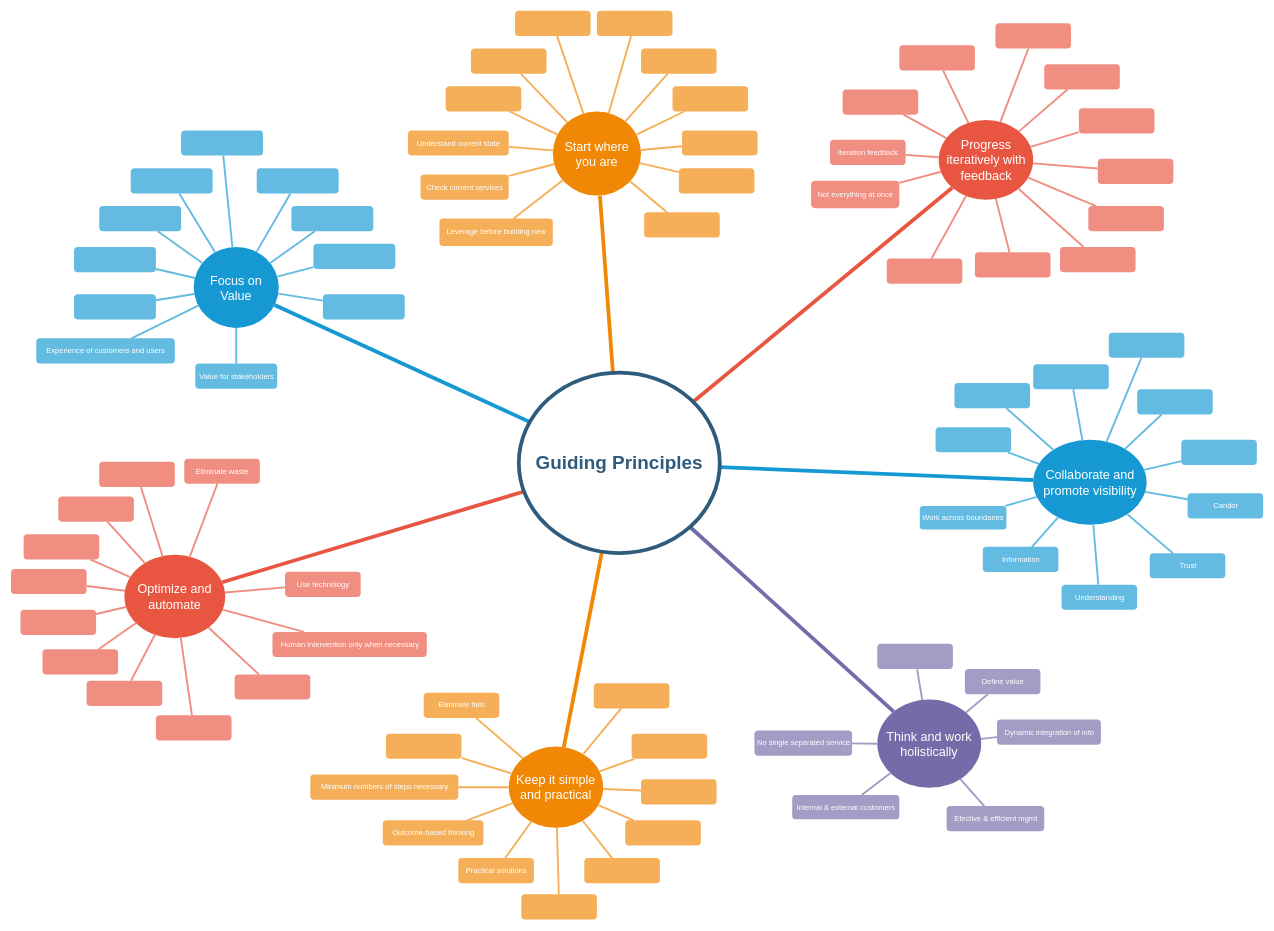
Above: Guiding_Principles.drawio in dpiechot/ITIL_V4 (draw.io), before the change. Source tidied: cells renumbered, new cells numbered last; positions are measured from the earlier drawing's top-left corner, leaving out a move shared by most shapes. Both pictures are drawn from the tidied source at 63%, with x=0, y=0 at pixel (11, 10).
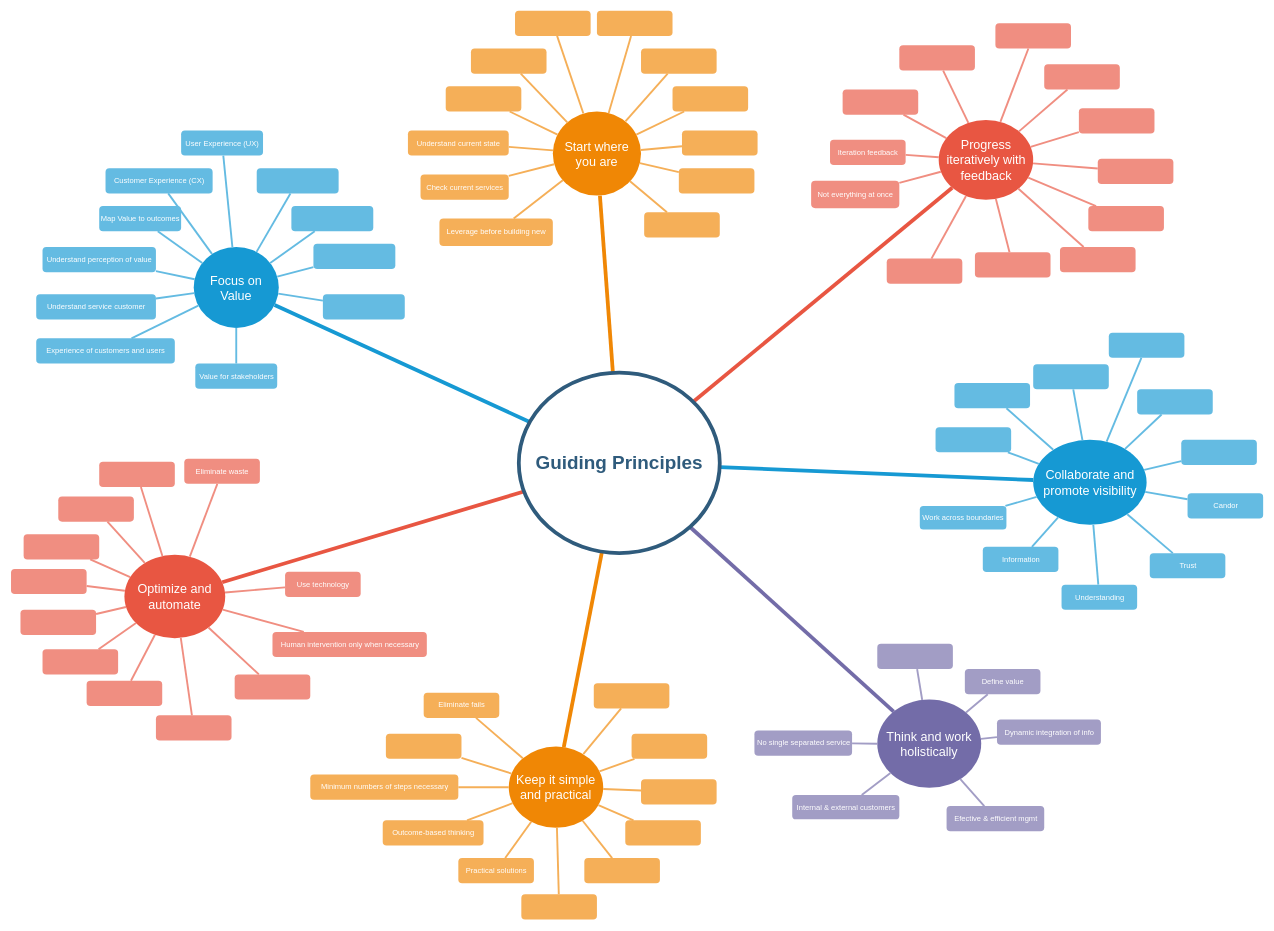
After the change.

Diff of the diagram source:
```diff
@@
-    <mxCell id="19" style="rounded=1;fillColor=#64BBE2;strokeColor=none;strokeWidth=3;shadow=0;html=1;fontColor=#FFFFFF;" parent="1" vertex="1">
-      <mxGeometry x="100" y="450.5" width="130" height="40" as="geometry" />
+    <mxCell id="19" value="Understand service customer" style="rounded=1;fillColor=#64BBE2;strokeColor=none;strokeWidth=3;shadow=0;html=1;fontColor=#FFFFFF;" parent="1" vertex="1">
+      <mxGeometry x="40" y="450.5" width="190" height="40" as="geometry" />
     </mxCell>
-    <mxCell id="20" style="rounded=1;fillColor=#64BBE2;strokeColor=none;strokeWidth=3;shadow=0;html=1;fontColor=#FFFFFF;" parent="1" vertex="1">
-      <mxGeometry x="100" y="375.5" width="130" height="40" as="geometry" />
+    <mxCell id="20" value="Understand perception of value" style="rounded=1;fillColor=#64BBE2;strokeColor=none;strokeWidth=3;shadow=0;html=1;fontColor=#FFFFFF;" parent="1" vertex="1">
+      <mxGeometry x="50" y="375.5" width="180" height="40" as="geometry" />
     </mxCell>
-    <mxCell id="21" style="rounded=1;fillColor=#64BBE2;strokeColor=none;strokeWidth=3;shadow=0;html=1;fontColor=#FFFFFF;" parent="1" vertex="1">
+    <mxCell id="21" value="Map Value to outcomes" style="rounded=1;fillColor=#64BBE2;strokeColor=none;strokeWidth=3;shadow=0;html=1;fontColor=#FFFFFF;" parent="1" vertex="1">
       <mxGeometry x="140" y="310.5" width="130" height="40" as="geometry" />
     </mxCell>
-    <mxCell id="22" style="rounded=1;fillColor=#64BBE2;strokeColor=none;strokeWidth=3;shadow=0;html=1;fontColor=#FFFFFF;" parent="1" vertex="1">
-      <mxGeometry x="190" y="250.5" width="130" height="40" as="geometry" />
+    <mxCell id="22" value="Customer Experience (CX)" style="rounded=1;fillColor=#64BBE2;strokeColor=none;strokeWidth=3;shadow=0;html=1;fontColor=#FFFFFF;" parent="1" vertex="1">
+      <mxGeometry x="150" y="250.5" width="170" height="40" as="geometry" />
     </mxCell>
-    <mxCell id="23" style="rounded=1;fillColor=#64BBE2;strokeColor=none;strokeWidth=3;shadow=0;html=1;fontColor=#FFFFFF;" parent="1" vertex="1">
+    <mxCell id="23" value="User Experience (UX)" style="rounded=1;fillColor=#64BBE2;strokeColor=none;strokeWidth=3;shadow=0;html=1;fontColor=#FFFFFF;" parent="1" vertex="1">
       <mxGeometry x="270" y="190.5" width="130" height="40" as="geometry" />
     </mxCell>
```
